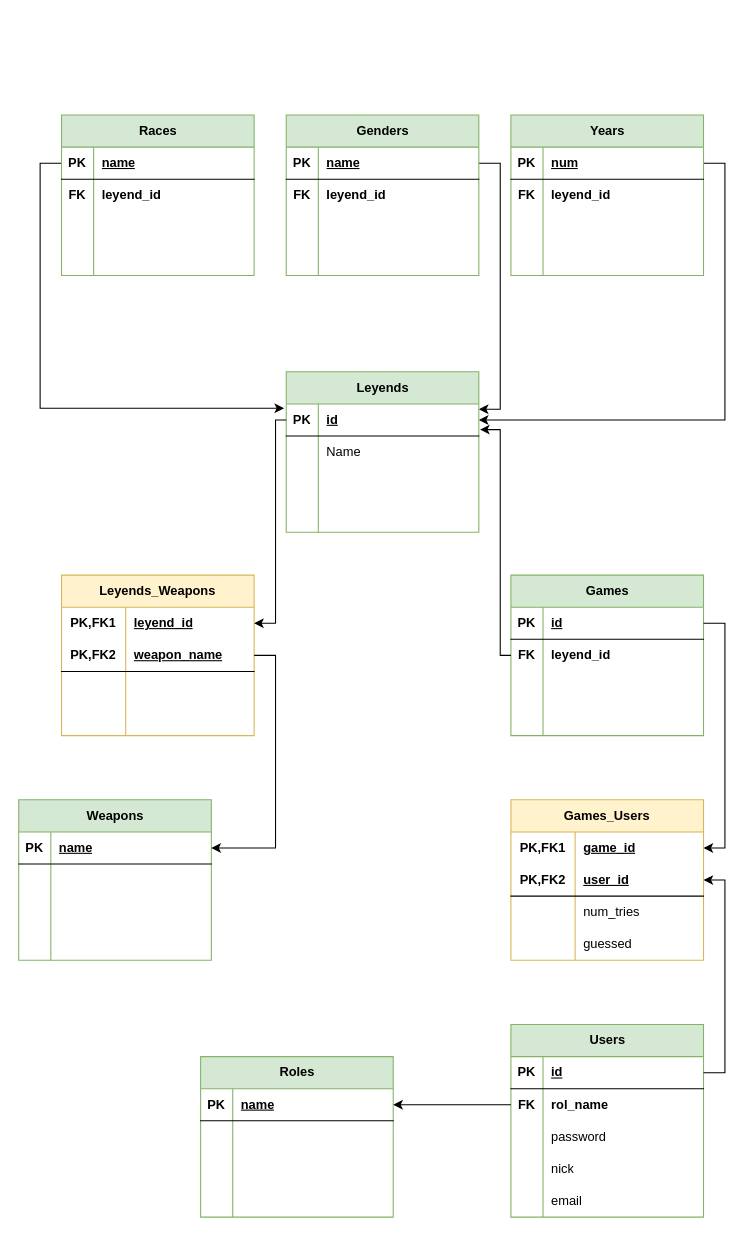
The draw.io diagram SQL/Diagram/Relational-Model.drawio in Angel-L-G/Brawdle, before the edit. Source tidied: cells renumbered, new cells numbered last; positions are measured from the earlier drawing's top-left corner, leaving out a move shared by most shapes. Both pictures are drawn from the tidied source at 107%, with x=0, y=0 at pixel (18, 114).
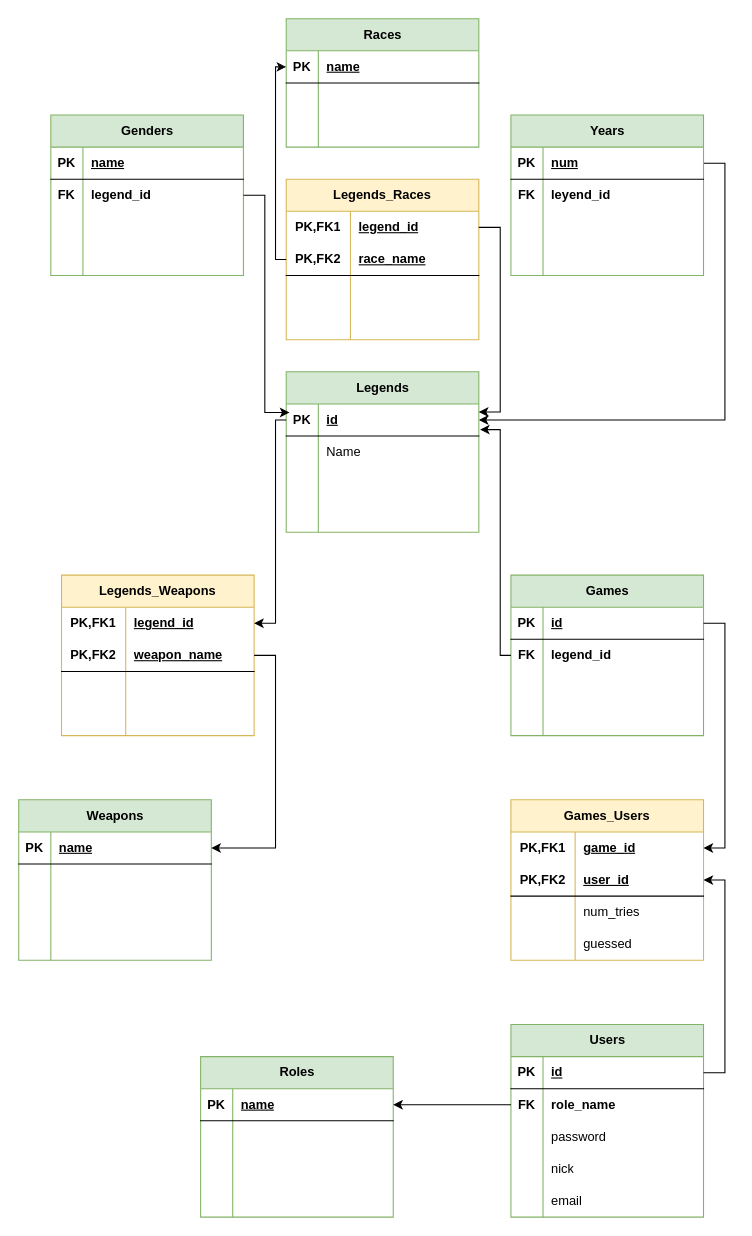
Above is the later version.

Commit message:
fix: fixed so that legends can have more than one race #4

The change refers to these unchanged cells:
```xml
<mxCell id="4" style="shape=tableRow;horizontal=0;startSize=0;swimlaneHead=0;swimlaneBody=0;fillColor=none;points=[[0,0.5],[1,0.5]];portConstraint=eastwest;top=0;left=0;right=0;bottom=1;" parent="3" vertex="1">
  <mxGeometry y="30" width="180" height="30" as="geometry" />
</mxCell>
<mxCell id="17" style="shape=tableRow;horizontal=0;startSize=0;swimlaneHead=0;swimlaneBody=0;fillColor=none;points=[[0,0.5],[1,0.5]];portConstraint=eastwest;top=0;left=0;right=0;bottom=0;html=1;" parent="16" vertex="1">
  <mxGeometry y="30" width="180" height="30" as="geometry" />
</mxCell>
<mxCell id="31" style="shape=tableRow;horizontal=0;startSize=0;swimlaneHead=0;swimlaneBody=0;fillColor=none;points=[[0,0.5],[1,0.5]];portConstraint=eastwest;top=0;left=0;right=0;bottom=1;" parent="30" vertex="1">
  <mxGeometry y="30" width="180" height="30" as="geometry" />
</mxCell>
<mxCell id="34" style="shape=tableRow;horizontal=0;startSize=0;swimlaneHead=0;swimlaneBody=0;fillColor=none;points=[[0,0.5],[1,0.5]];portConstraint=eastwest;top=0;left=0;right=0;bottom=0;" parent="30" vertex="1">
  <mxGeometry y="60" width="180" height="30" as="geometry" />
</mxCell>
<mxCell id="58" style="shape=tableRow;horizontal=0;startSize=0;swimlaneHead=0;swimlaneBody=0;fillColor=none;points=[[0,0.5],[1,0.5]];portConstraint=eastwest;top=0;left=0;right=0;bottom=1;" parent="57" vertex="1">
  <mxGeometry y="30" width="180" height="30" as="geometry" />
</mxCell>
<mxCell id="89" style="shape=tableRow;horizontal=0;startSize=0;swimlaneHead=0;swimlaneBody=0;fillColor=none;points=[[0,0.5],[1,0.5]];portConstraint=eastwest;top=0;left=0;right=0;bottom=0;" parent="85" vertex="1">
  <mxGeometry y="60" width="180" height="30" as="geometry" />
</mxCell>
<mxCell id="117" style="shape=tableRow;horizontal=0;startSize=0;swimlaneHead=0;swimlaneBody=0;fillColor=none;points=[[0,0.5],[1,0.5]];portConstraint=eastwest;top=0;left=0;right=0;bottom=0;" parent="113" vertex="1">
  <mxGeometry y="60" width="180" height="30" as="geometry" />
</mxCell>
```

Change to the diagram source:
```diff
@@
-    <mxCell id="2" style="edgeStyle=orthogonalEdgeStyle;rounded=0;jettySize=auto;html=1;entryX=-0.011;entryY=0.133;entryDx=0;entryDy=0;exitX=0;exitY=0.5;exitDx=0;exitDy=0;entryPerimeter=0;" parent="1" edge="1" source="4" target="58">
-      <mxGeometry relative="1" as="geometry" />
-    </mxCell>
     <mxCell id="3" value="Races" style="shape=table;startSize=30;childLayout=tableLayout;rowLines=0;fontStyle=1;align=center;html=1;fillColor=#d5e8d4;strokeColor=#82b366;" parent="1" vertex="1">
-      <mxGeometry x="40" width="180" height="150" as="geometry" />
+      <mxGeometry x="250" y="-90" width="180" height="120" as="geometry" />
     </mxCell>
@@
-    <mxCell id="7" style="shape=tableRow;horizontal=0;startSize=0;swimlaneHead=0;swimlaneBody=0;fillColor=none;top=0;left=0;right=0;bottom=0;" parent="3" vertex="1">
-      <mxGeometry y="60" width="180" height="30" as="geometry" />
-    </mxCell>
-    <mxCell id="8" value="&lt;b&gt;FK&lt;/b&gt;" style="shape=partialRectangle;fillColor=none;top=0;left=0;bottom=0;right=0;overflow=hidden;whiteSpace=wrap;html=1;" parent="7" vertex="1">
-      <mxGeometry width="30" height="30" as="geometry" />
-    </mxCell>
-    <mxCell id="9" value="&lt;b style=&quot;border-color: var(--border-color);&quot;&gt;leyend_id&lt;/b&gt;" style="shape=partialRectangle;fillColor=none;top=0;left=0;bottom=0;right=0;align=left;spacingLeft=6;overflow=hidden;whiteSpace=wrap;html=1;" parent="7" vertex="1">
-      <mxGeometry x="30" width="150" height="30" as="geometry" />
-    </mxCell>
     <mxCell id="10" style="shape=tableRow;horizontal=0;startSize=0;swimlaneHead=0;swimlaneBody=0;fillColor=none;top=0;left=0;right=0;bottom=0;" parent="3" vertex="1">
-      <mxGeometry y="90" width="180" height="30" as="geometry" />
+      <mxGeometry y="60" width="180" height="30" as="geometry" />
     </mxCell>
@@
     <mxCell id="13" style="shape=tableRow;horizontal=0;startSize=0;swimlaneHead=0;swimlaneBody=0;fillColor=none;top=0;left=0;right=0;bottom=0;" parent="3" vertex="1">
-      <mxGeometry y="120" width="180" height="30" as="geometry" />
+      <mxGeometry y="90" width="180" height="30" as="geometry" />
     </mxCell>
@@
-    <mxCell id="16" value="Leyends_Weapons" style="shape=table;startSize=30;childLayout=tableLayout;rowLines=0;fontStyle=1;align=center;html=1;whiteSpace=wrap;fillColor=#fff2cc;strokeColor=#d6b656;" parent="1" vertex="1">
+    <mxCell id="16" value="Legends_Weapons" style="shape=table;startSize=30;childLayout=tableLayout;rowLines=0;fontStyle=1;align=center;html=1;whiteSpace=wrap;fillColor=#fff2cc;strokeColor=#d6b656;" parent="1" vertex="1">
       <mxGeometry x="40" y="430" width="180" height="150" as="geometry" />
     </mxCell>
@@
-    <mxCell id="19" value="&lt;b style=&quot;border-color: var(--border-color);&quot;&gt;leyend_id&lt;/b&gt;" style="shape=partialRectangle;fillColor=none;top=0;left=0;bottom=0;right=0;align=left;spacingLeft=6;fontStyle=5;overflow=hidden;html=1;whiteSpace=wrap;" parent="17" vertex="1">
+    <mxCell id="19" value="&lt;b style=&quot;border-color: var(--border-color);&quot;&gt;legend_id&lt;/b&gt;" style="shape=partialRectangle;fillColor=none;top=0;left=0;bottom=0;right=0;align=left;spacingLeft=6;fontStyle=5;overflow=hidden;html=1;whiteSpace=wrap;" parent="17" vertex="1">
       <mxGeometry x="60" width="120" height="30" as="geometry" />
     </mxCell>
@@
-    <mxCell id="29" style="edgeStyle=orthogonalEdgeStyle;rounded=0;jettySize=auto;html=1;entryX=1;entryY=0.167;entryDx=0;entryDy=0;exitX=1;exitY=0.5;exitDx=0;exitDy=0;entryPerimeter=0;" parent="1" edge="1" source="31" target="58">
-      <mxGeometry relative="1" as="geometry" />
-    </mxCell>
     <mxCell id="30" value="Genders" style="shape=table;startSize=30;childLayout=tableLayout;rowLines=0;fontStyle=1;align=center;html=1;fillColor=#d5e8d4;strokeColor=#82b366;" parent="1" vertex="1">
-      <mxGeometry x="250" width="180" height="150" as="geometry" />
+      <mxGeometry x="30" width="180" height="150" as="geometry" />
     </mxCell>
@@
-    <mxCell id="36" value="&lt;b style=&quot;border-color: var(--border-color);&quot;&gt;leyend_id&lt;/b&gt;" style="shape=partialRectangle;fillColor=none;top=0;left=0;bottom=0;right=0;align=left;spacingLeft=6;overflow=hidden;whiteSpace=wrap;html=1;" parent="34" vertex="1">
+    <mxCell id="36" value="&lt;b style=&quot;border-color: var(--border-color);&quot;&gt;legend_id&lt;/b&gt;" style="shape=partialRectangle;fillColor=none;top=0;left=0;bottom=0;right=0;align=left;spacingLeft=6;overflow=hidden;whiteSpace=wrap;html=1;" parent="34" vertex="1">
       <mxGeometry x="30" width="150" height="30" as="geometry" />
     </mxCell>
@@
-    <mxCell id="57" value="Leyends" style="shape=table;startSize=30;childLayout=tableLayout;rowLines=0;fontStyle=1;align=center;html=1;fillColor=#d5e8d4;strokeColor=#82b366;" parent="1" vertex="1">
+    <mxCell id="57" value="Legends" style="shape=table;startSize=30;childLayout=tableLayout;rowLines=0;fontStyle=1;align=center;html=1;fillColor=#d5e8d4;strokeColor=#82b366;" parent="1" vertex="1">
       <mxGeometry x="250" y="240" width="180" height="150" as="geometry" />
     </mxCell>
@@
-    <mxCell id="91" value="&lt;b&gt;leyend_id&lt;/b&gt;" style="shape=partialRectangle;fillColor=none;top=0;left=0;bottom=0;right=0;align=left;spacingLeft=6;overflow=hidden;whiteSpace=wrap;html=1;" parent="89" vertex="1">
+    <mxCell id="91" value="&lt;b&gt;legend_id&lt;/b&gt;" style="shape=partialRectangle;fillColor=none;top=0;left=0;bottom=0;right=0;align=left;spacingLeft=6;overflow=hidden;whiteSpace=wrap;html=1;" parent="89" vertex="1">
       <mxGeometry x="30" width="150" height="30" as="geometry" />
     </mxCell>
@@
-    <mxCell id="119" value="&lt;b&gt;rol_name&lt;/b&gt;" style="shape=partialRectangle;fillColor=none;top=0;left=0;bottom=0;right=0;align=left;spacingLeft=6;overflow=hidden;whiteSpace=wrap;html=1;" parent="117" vertex="1">
+    <mxCell id="119" value="&lt;b&gt;role_name&lt;/b&gt;" style="shape=partialRectangle;fillColor=none;top=0;left=0;bottom=0;right=0;align=left;spacingLeft=6;overflow=hidden;whiteSpace=wrap;html=1;" parent="117" vertex="1">
       <mxGeometry x="30" width="150" height="30" as="geometry" />
     </mxCell>
@@
+    <mxCell id="144" value="Legends_Races" style="shape=table;startSize=30;childLayout=tableLayout;rowLines=0;fontStyle=1;align=center;html=1;whiteSpace=wrap;fillColor=#fff2cc;strokeColor=#d6b656;" parent="1" vertex="1">
+      <mxGeometry x="250" y="60" width="180" height="150" as="geometry" />
+    </mxCell>
+    <mxCell id="145" style="shape=tableRow;horizontal=0;startSize=0;swimlaneHead=0;swimlaneBody=0;fillColor=none;points=[[0,0.5],[1,0.5]];portConstraint=eastwest;top=0;left=0;right=0;bottom=0;html=1;" parent="144" vertex="1">
+      <mxGeometry y="30" width="180" height="30" as="geometry" />
+    </mxCell>
+    <mxCell id="146" value="PK,FK1" style="shape=partialRectangle;fillColor=none;top=0;left=0;bottom=0;right=0;fontStyle=1;overflow=hidden;html=1;whiteSpace=wrap;" parent="145" vertex="1">
+      <mxGeometry width="60" height="30" as="geometry" />
+    </mxCell>
+    <mxCell id="147" value="&lt;b style=&quot;border-color: var(--border-color);&quot;&gt;legend_id&lt;/b&gt;" style="shape=partialRectangle;fillColor=none;top=0;left=0;bottom=0;right=0;align=left;spacingLeft=6;fontStyle=5;overflow=hidden;html=1;whiteSpace=wrap;" parent="145" vertex="1">
+      <mxGeometry x="60" width="120" height="30" as="geometry" />
+    </mxCell>
+    <mxCell id="148" style="shape=tableRow;horizontal=0;startSize=0;swimlaneHead=0;swimlaneBody=0;fillColor=none;points=[[0,0.5],[1,0.5]];portConstraint=eastwest;top=0;left=0;right=0;bottom=1;html=1;" parent="144" vertex="1">
+      <mxGeometry y="60" width="180" height="30" as="geometry" />
+    </mxCell>
+    <mxCell id="149" value="PK,FK2" style="shape=partialRectangle;fillColor=none;top=0;left=0;bottom=0;right=0;fontStyle=1;overflow=hidden;html=1;whiteSpace=wrap;" parent="148" vertex="1">
+      <mxGeometry width="60" height="30" as="geometry" />
+    </mxCell>
+    <mxCell id="150" value="race_name" style="shape=partialRectangle;fillColor=none;top=0;left=0;bottom=0;right=0;align=left;spacingLeft=6;fontStyle=5;overflow=hidden;html=1;whiteSpace=wrap;" parent="148" vertex="1">
+      <mxGeometry x="60" width="120" height="30" as="geometry" />
+    </mxCell>
+    <mxCell id="151" style="shape=tableRow;horizontal=0;startSize=0;swimlaneHead=0;swimlaneBody=0;fillColor=none;top=0;left=0;right=0;bottom=0;html=1;" parent="144" vertex="1">
+      <mxGeometry y="90" width="180" height="30" as="geometry" />
+    </mxCell>
+    <mxCell id="152" style="shape=partialRectangle;fillColor=none;top=0;left=0;bottom=0;right=0;overflow=hidden;html=1;whiteSpace=wrap;" parent="151" vertex="1">
+      <mxGeometry width="60" height="30" as="geometry" />
+    </mxCell>
+    <mxCell id="153" style="shape=partialRectangle;fillColor=none;top=0;left=0;bottom=0;right=0;align=left;spacingLeft=6;overflow=hidden;html=1;whiteSpace=wrap;" parent="151" vertex="1">
+      <mxGeometry x="60" width="120" height="30" as="geometry" />
+    </mxCell>
+    <mxCell id="154" style="shape=tableRow;horizontal=0;startSize=0;swimlaneHead=0;swimlaneBody=0;fillColor=none;top=0;left=0;right=0;bottom=0;html=1;" parent="144" vertex="1">
+      <mxGeometry y="120" width="180" height="30" as="geometry" />
+    </mxCell>
+    <mxCell id="155" style="shape=partialRectangle;fillColor=none;top=0;left=0;bottom=0;right=0;overflow=hidden;html=1;whiteSpace=wrap;" parent="154" vertex="1">
+      <mxGeometry width="60" height="30" as="geometry" />
+    </mxCell>
+    <mxCell id="156" style="shape=partialRectangle;fillColor=none;top=0;left=0;bottom=0;right=0;align=left;spacingLeft=6;overflow=hidden;html=1;whiteSpace=wrap;" parent="154" vertex="1">
+      <mxGeometry x="60" width="120" height="30" as="geometry" />
+    </mxCell>
+    <mxCell id="157" style="edgeStyle=orthogonalEdgeStyle;rounded=0;jettySize=auto;html=1;entryX=0.017;entryY=0.267;entryDx=0;entryDy=0;entryPerimeter=0;" parent="1" edge="1" source="34" target="58">
+      <mxGeometry relative="1" as="geometry" />
+    </mxCell>
+    <mxCell id="158" style="edgeStyle=orthogonalEdgeStyle;rounded=0;jettySize=auto;html=1;entryX=0;entryY=0.5;entryDx=0;entryDy=0;" parent="1" edge="1" source="148" target="4">
+      <mxGeometry relative="1" as="geometry">
+        <Array as="points">
+          <mxPoint x="240" y="135" />
+          <mxPoint x="240" y="-45" />
+        </Array>
+      </mxGeometry>
+    </mxCell>
+    <mxCell id="159" style="edgeStyle=orthogonalEdgeStyle;rounded=0;jettySize=auto;html=1;entryX=1;entryY=0.25;entryDx=0;entryDy=0;" parent="1" edge="1" source="145" target="57">
+      <mxGeometry relative="1" as="geometry">
+        <Array as="points">
+          <mxPoint x="450" y="105" />
+          <mxPoint x="450" y="278" />
+        </Array>
+      </mxGeometry>
+    </mxCell>
```
